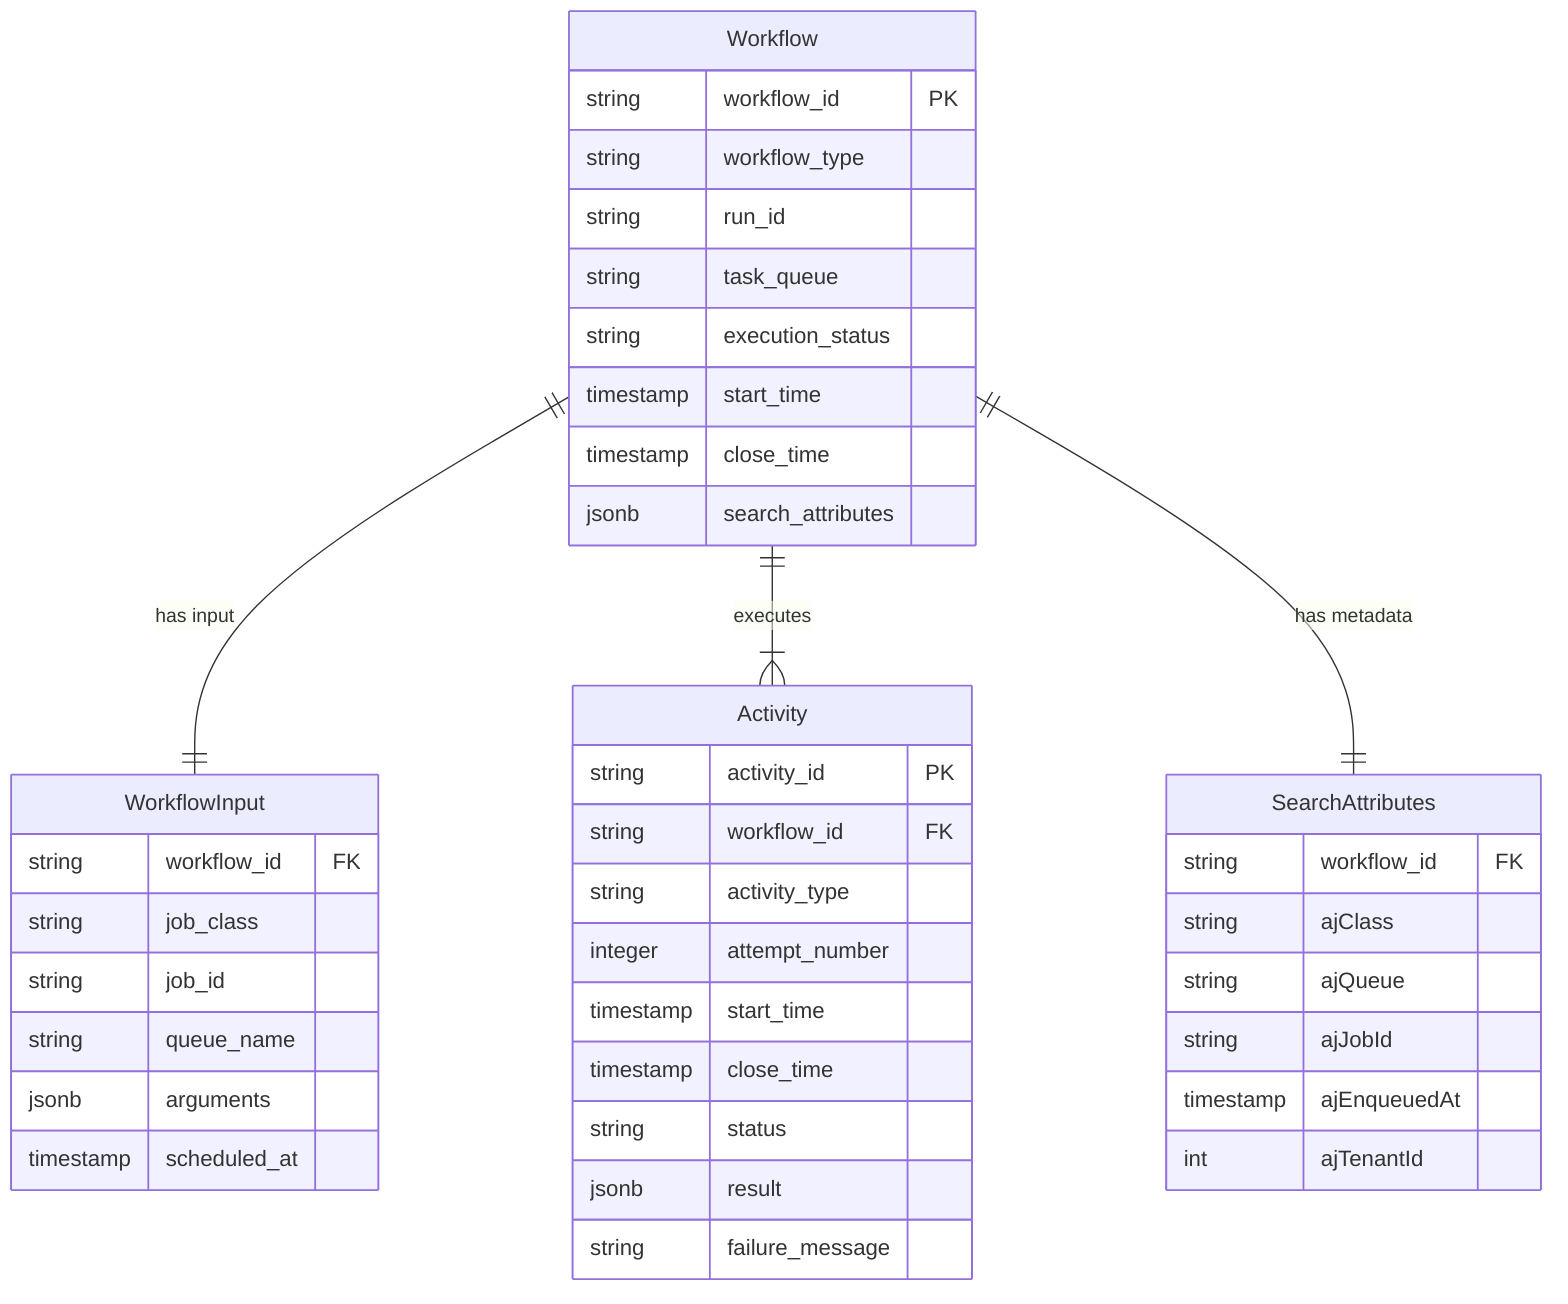
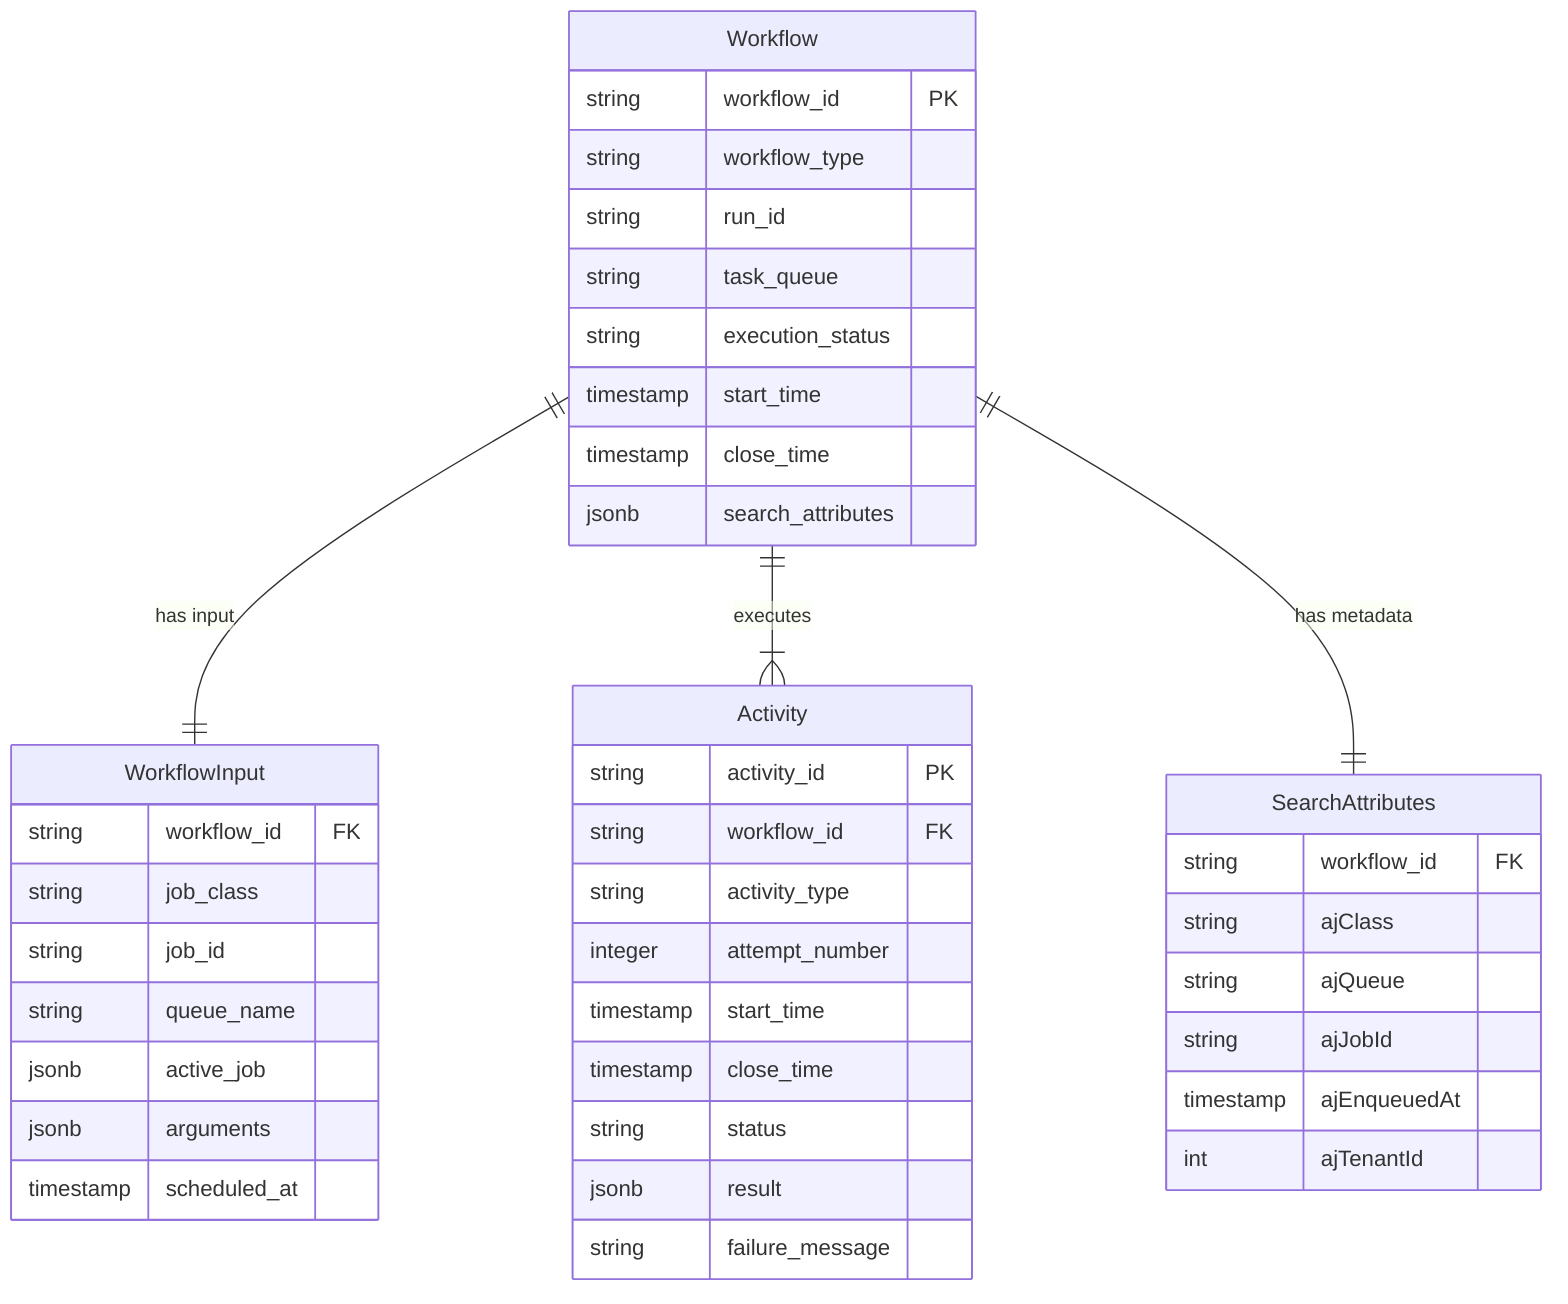
erDiagram
    Workflow {
        string workflow_id PK
        string workflow_type
        string run_id
        string task_queue
        string execution_status
        timestamp start_time
        timestamp close_time
        jsonb search_attributes
    }

    WorkflowInput {
        string workflow_id FK
        string job_class
        string job_id
        string queue_name
+         jsonb active_job
        jsonb arguments
        timestamp scheduled_at
    }
+     %% arguments present only for legacy or non-ActiveJob fallback payloads
    %% scheduled_at present only for delayed jobs

    %% ActivityExecution in docs → Activity entity here
    Activity {
        string activity_id PK
        string workflow_id FK
        string activity_type
        integer attempt_number
        timestamp start_time
        timestamp close_time
        string status
        jsonb result
        string failure_message
    }
    %% result/failure_message populated only when activity completes/fails

    SearchAttributes {
        string workflow_id FK
        string ajClass
        string ajQueue
        string ajJobId
        timestamp ajEnqueuedAt
        int ajTenantId
    }
    %% ajTenantId is optional and set when multi-tenant metadata exists

    Workflow ||--|| WorkflowInput : "has input"
    Workflow ||--|{ Activity : "executes"
    Workflow ||--|| SearchAttributes : "has metadata"
